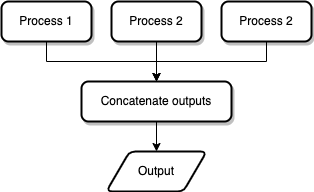
Before: iguanas/pipeline/examples/images/parallel_pipeline_structure.png, a diagram exported from draw.io (paypal/Iguanas). Source tidied: cells renumbered, new cells last; positions are measured from the earlier drawing's top-left corner, leaving out a move shared by most shapes.
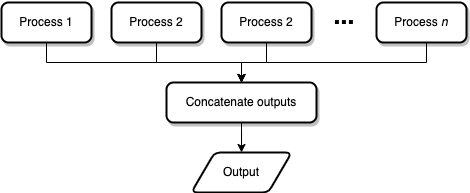
The same diagram one commit later.

Commit message:
Finished updating LinearPipeline example notebook to include diagrams and use_init_data example. Updated ParallelPipeline example notebook to include optimised rules

Change to the diagram source:
```diff
@@ -6,7 +6,7 @@
       <mxGeometry relative="1" as="geometry">
         <Array as="points">
           <mxPoint x="45" y="60" />
-          <mxPoint x="155" y="60" />
+          <mxPoint x="240" y="60" />
         </Array>
       </mxGeometry>
     </mxCell>
@@ -23,7 +23,7 @@
       <mxGeometry relative="1" as="geometry">
         <Array as="points">
           <mxPoint x="265" y="60" />
-          <mxPoint x="155" y="60" />
+          <mxPoint x="240" y="60" />
         </Array>
       </mxGeometry>
     </mxCell>
@@ -34,10 +34,25 @@
       <mxGeometry relative="1" as="geometry" />
     </mxCell>
     <mxCell id="9" value="Concatenate outputs" style="rounded=1;whiteSpace=wrap;html=1;absoluteArcSize=1;arcSize=14;strokeWidth=2;shadow=1;verticalAlign=middle;" parent="1" vertex="1">
-      <mxGeometry x="80" y="80" width="150" height="40" as="geometry" />
+      <mxGeometry x="165" y="80" width="150" height="40" as="geometry" />
     </mxCell>
     <mxCell id="10" value="Output" style="shape=parallelogram;html=1;strokeWidth=2;perimeter=parallelogramPerimeter;whiteSpace=wrap;rounded=1;arcSize=12;size=0.23;" parent="1" vertex="1">
-      <mxGeometry x="105" y="150" width="100" height="40" as="geometry" />
+      <mxGeometry x="190" y="150" width="100" height="40" as="geometry" />
     </mxCell>
+    <mxCell id="11" value="..." style="text;html=1;strokeColor=none;fillColor=none;align=center;verticalAlign=bottom;whiteSpace=wrap;rounded=0;fontStyle=1;fontSize=25;" parent="1" vertex="1">
+      <mxGeometry x="313" y="1" width="60" height="30" as="geometry" />
+    </mxCell>
+    <mxCell id="12" value="Process &lt;i&gt;n&lt;/i&gt;" style="rounded=1;whiteSpace=wrap;html=1;absoluteArcSize=1;arcSize=14;strokeWidth=2;shadow=1;verticalAlign=middle;" parent="1" vertex="1">
+      <mxGeometry x="375" width="90" height="40" as="geometry" />
+    </mxCell>
+    <mxCell id="13" style="edgeStyle=orthogonalEdgeStyle;rounded=0;jettySize=auto;html=1;entryX=0.5;entryY=0;entryDx=0;entryDy=0;exitX=0.5;exitY=1;exitDx=0;exitDy=0;" parent="1" edge="1" source="12" target="9">
+      <mxGeometry relative="1" as="geometry">
+        <Array as="points">
+          <mxPoint x="425" y="40" />
+          <mxPoint x="425" y="60" />
+          <mxPoint x="240" y="60" />
+        </Array>
+      </mxGeometry>
+    </mxCell>
   </root>
 </mxGraphModel>
```
